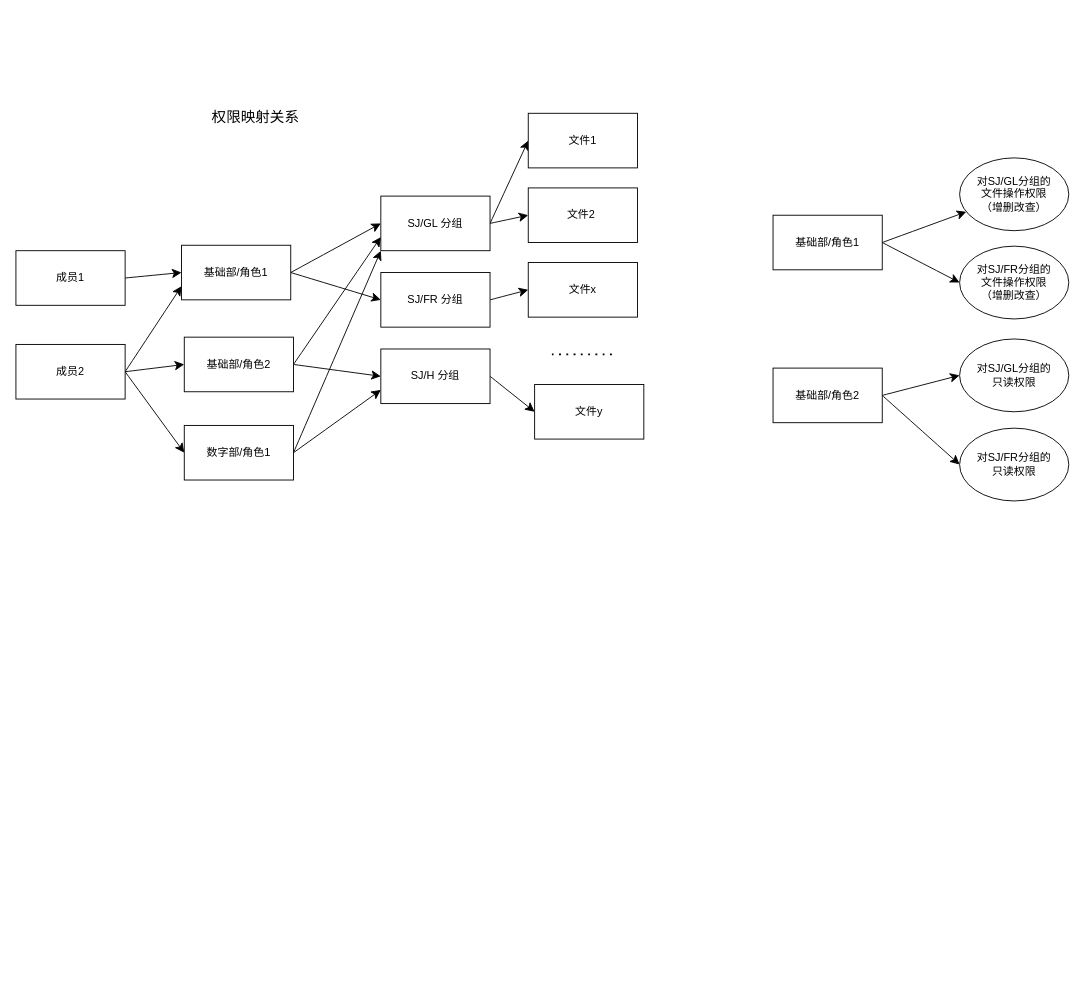
The draw.io diagram page "第 2 页" (2 of 3) of 未命名绘图.drawio in LightPolaris/drawio-, before the edit. Source tidied: cells renumbered, new cells numbered last; positions are measured from the earlier drawing's top-left corner, leaving out a move shared by most shapes. Both pictures are drawn from the tidied source at 91%, with x=0, y=0 at pixel (15, 103).
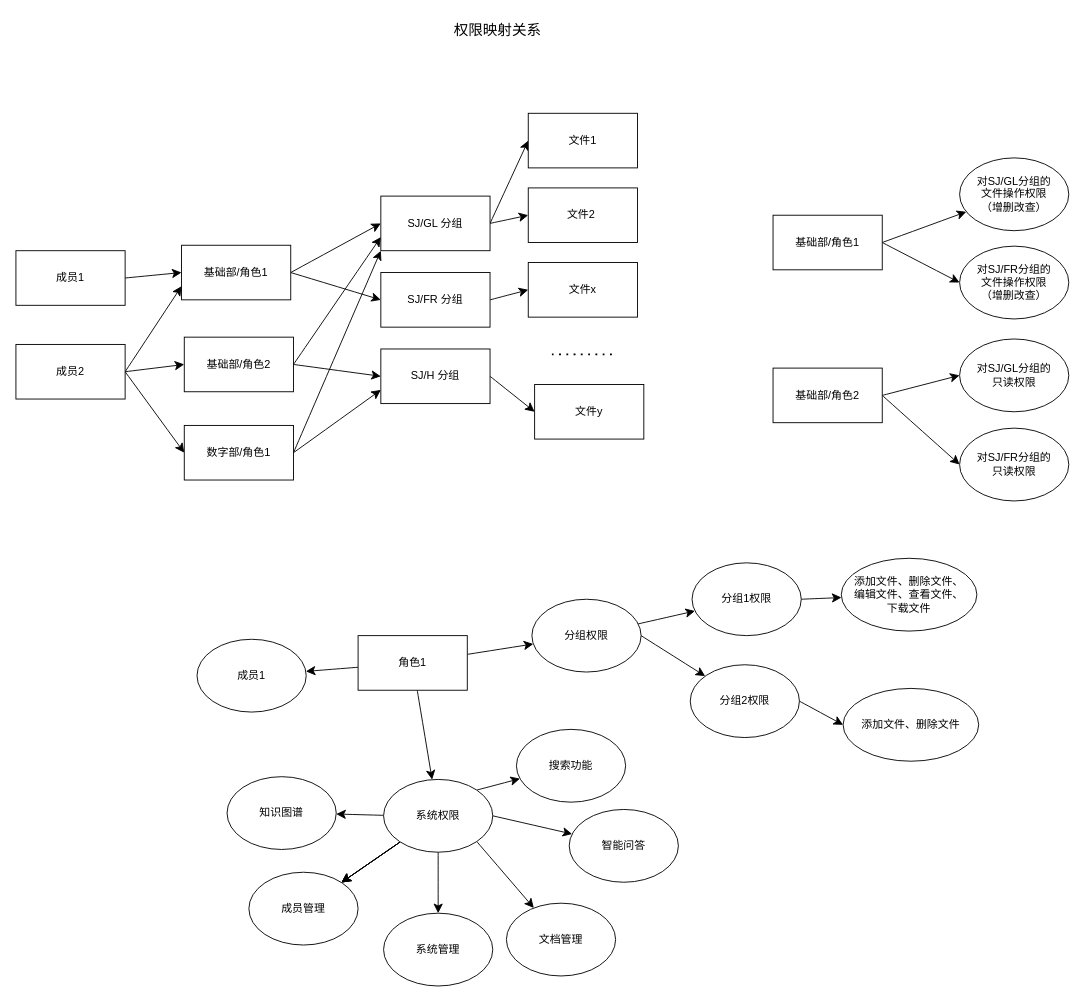
The same page after the edit.

Commit message:
更新未命名绘图.drawio

Diff of the diagram source:
```diff
@@
     <mxCell id="39" value="权限映射关系" style="text;html=1;align=center;verticalAlign=middle;strokeColor=none;fillColor=none;fontSize=16;" parent="1" vertex="1">
-      <mxGeometry x="205.5" y="-0.5" width="114" height="31" as="geometry" />
+      <mxGeometry x="472" y="-96" width="114" height="31" as="geometry" />
     </mxCell>
+    <mxCell id="40" style="edgeStyle=none;curved=1;rounded=0;jettySize=auto;html=1;fontSize=12;startSize=8;endSize=8;" parent="1" edge="1" source="43" target="44">
+      <mxGeometry relative="1" as="geometry" />
+    </mxCell>
+    <mxCell id="41" style="edgeStyle=none;curved=1;rounded=0;jettySize=auto;html=1;fontSize=12;startSize=8;endSize=8;" parent="1" edge="1" source="43" target="47">
+      <mxGeometry relative="1" as="geometry" />
+    </mxCell>
+    <mxCell id="42" style="edgeStyle=none;curved=1;rounded=0;jettySize=auto;html=1;fontSize=12;startSize=8;endSize=8;" parent="1" edge="1" source="43" target="61">
+      <mxGeometry relative="1" as="geometry" />
+    </mxCell>
+    <mxCell id="43" value="角色1" style="rounded=0;whiteSpace=wrap;html=1;" parent="1" vertex="1">
+      <mxGeometry x="376" y="585" width="120" height="60" as="geometry" />
+    </mxCell>
+    <mxCell id="44" value="成员1" style="ellipse;whiteSpace=wrap;html=1;" parent="1" vertex="1">
+      <mxGeometry x="199" y="589" width="120" height="80" as="geometry" />
+    </mxCell>
+    <mxCell id="45" style="edgeStyle=none;curved=1;rounded=0;jettySize=auto;html=1;fontSize=12;startSize=8;endSize=8;" parent="1" edge="1" source="47" target="49">
+      <mxGeometry relative="1" as="geometry" />
+    </mxCell>
+    <mxCell id="46" style="edgeStyle=none;curved=1;rounded=0;jettySize=auto;html=1;exitX=1;exitY=0.5;exitDx=0;exitDy=0;fontSize=12;startSize=8;endSize=8;" parent="1" edge="1" source="47" target="51">
+      <mxGeometry relative="1" as="geometry" />
+    </mxCell>
+    <mxCell id="47" value="分组权限" style="ellipse;whiteSpace=wrap;html=1;" parent="1" vertex="1">
+      <mxGeometry x="567" y="545" width="120" height="80" as="geometry" />
+    </mxCell>
+    <mxCell id="48" style="edgeStyle=none;curved=1;rounded=0;jettySize=auto;html=1;exitX=1;exitY=0.5;exitDx=0;exitDy=0;fontSize=12;startSize=8;endSize=8;" parent="1" edge="1" source="49" target="68">
+      <mxGeometry relative="1" as="geometry" />
+    </mxCell>
+    <mxCell id="49" value="分组1权限" style="ellipse;whiteSpace=wrap;html=1;" parent="1" vertex="1">
+      <mxGeometry x="743" y="505" width="120" height="80" as="geometry" />
+    </mxCell>
+    <mxCell id="50" style="edgeStyle=none;curved=1;rounded=0;jettySize=auto;html=1;exitX=1;exitY=0.5;exitDx=0;exitDy=0;entryX=0;entryY=0.5;entryDx=0;entryDy=0;fontSize=12;startSize=8;endSize=8;" parent="1" edge="1" source="51" target="69">
+      <mxGeometry relative="1" as="geometry" />
+    </mxCell>
+    <mxCell id="51" value="分组2权限" style="ellipse;whiteSpace=wrap;html=1;" parent="1" vertex="1">
+      <mxGeometry x="741" y="617" width="120" height="80" as="geometry" />
+    </mxCell>
+    <mxCell id="52" style="edgeStyle=none;curved=1;rounded=0;jettySize=auto;html=1;fontSize=12;startSize=8;endSize=8;" parent="1" edge="1" source="61" target="62">
+      <mxGeometry relative="1" as="geometry" />
+    </mxCell>
+    <mxCell id="53" style="edgeStyle=none;curved=1;rounded=0;jettySize=auto;html=1;fontSize=12;startSize=8;endSize=8;" parent="1" edge="1" source="61" target="62">
+      <mxGeometry relative="1" as="geometry" />
+    </mxCell>
+    <mxCell id="54" style="edgeStyle=none;curved=1;rounded=0;jettySize=auto;html=1;fontSize=12;startSize=8;endSize=8;" parent="1" edge="1" source="61" target="62">
+      <mxGeometry relative="1" as="geometry" />
+    </mxCell>
+    <mxCell id="55" style="edgeStyle=none;curved=1;rounded=0;jettySize=auto;html=1;fontSize=12;startSize=8;endSize=8;" parent="1" edge="1" source="61" target="62">
+      <mxGeometry relative="1" as="geometry" />
+    </mxCell>
+    <mxCell id="56" style="edgeStyle=none;curved=1;rounded=0;jettySize=auto;html=1;exitX=0.5;exitY=1;exitDx=0;exitDy=0;fontSize=12;startSize=8;endSize=8;" parent="1" edge="1" source="61" target="63">
+      <mxGeometry relative="1" as="geometry" />
+    </mxCell>
+    <mxCell id="57" style="edgeStyle=none;curved=1;rounded=0;jettySize=auto;html=1;exitX=1;exitY=1;exitDx=0;exitDy=0;fontSize=12;startSize=8;endSize=8;" parent="1" edge="1" source="61" target="64">
+      <mxGeometry relative="1" as="geometry" />
+    </mxCell>
+    <mxCell id="58" style="edgeStyle=none;curved=1;rounded=0;jettySize=auto;html=1;exitX=1;exitY=0.5;exitDx=0;exitDy=0;fontSize=12;startSize=8;endSize=8;" parent="1" edge="1" source="61" target="65">
+      <mxGeometry relative="1" as="geometry" />
+    </mxCell>
+    <mxCell id="59" style="edgeStyle=none;curved=1;rounded=0;jettySize=auto;html=1;fontSize=12;startSize=8;endSize=8;" parent="1" edge="1" source="61" target="66">
+      <mxGeometry relative="1" as="geometry" />
+    </mxCell>
+    <mxCell id="60" style="edgeStyle=none;curved=1;rounded=0;jettySize=auto;html=1;exitX=1;exitY=0;exitDx=0;exitDy=0;fontSize=12;startSize=8;endSize=8;" parent="1" edge="1" source="61" target="67">
+      <mxGeometry relative="1" as="geometry" />
+    </mxCell>
+    <mxCell id="61" value="系统权限" style="ellipse;whiteSpace=wrap;html=1;" parent="1" vertex="1">
+      <mxGeometry x="404" y="743" width="120" height="80" as="geometry" />
+    </mxCell>
+    <mxCell id="62" value="成员管理" style="ellipse;whiteSpace=wrap;html=1;" parent="1" vertex="1">
+      <mxGeometry x="256" y="845" width="120" height="80" as="geometry" />
+    </mxCell>
+    <mxCell id="63" value="系统管理" style="ellipse;whiteSpace=wrap;html=1;" parent="1" vertex="1">
+      <mxGeometry x="404" y="890" width="120" height="80" as="geometry" />
+    </mxCell>
+    <mxCell id="64" value="文档管理" style="ellipse;whiteSpace=wrap;html=1;" parent="1" vertex="1">
+      <mxGeometry x="539" y="879" width="120" height="80" as="geometry" />
+    </mxCell>
+    <mxCell id="65" value="智能问答" style="ellipse;whiteSpace=wrap;html=1;" parent="1" vertex="1">
+      <mxGeometry x="608" y="776" width="120" height="80" as="geometry" />
+    </mxCell>
+    <mxCell id="66" value="知识图谱" style="ellipse;whiteSpace=wrap;html=1;" parent="1" vertex="1">
+      <mxGeometry x="232" y="740" width="120" height="80" as="geometry" />
+    </mxCell>
+    <mxCell id="67" value="搜索功能" style="ellipse;whiteSpace=wrap;html=1;" parent="1" vertex="1">
+      <mxGeometry x="550" y="688" width="120" height="80" as="geometry" />
+    </mxCell>
+    <mxCell id="68" value="添加文件、删除文件、&lt;div&gt;编辑文件、查看文件、&lt;/div&gt;&lt;div&gt;下载文件&lt;/div&gt;" style="ellipse;whiteSpace=wrap;html=1;" parent="1" vertex="1">
+      <mxGeometry x="907" y="500" width="149" height="80" as="geometry" />
+    </mxCell>
+    <mxCell id="69" value="添加文件、删除文件" style="ellipse;whiteSpace=wrap;html=1;" parent="1" vertex="1">
+      <mxGeometry x="909" y="643" width="149" height="80" as="geometry" />
+    </mxCell>
```
